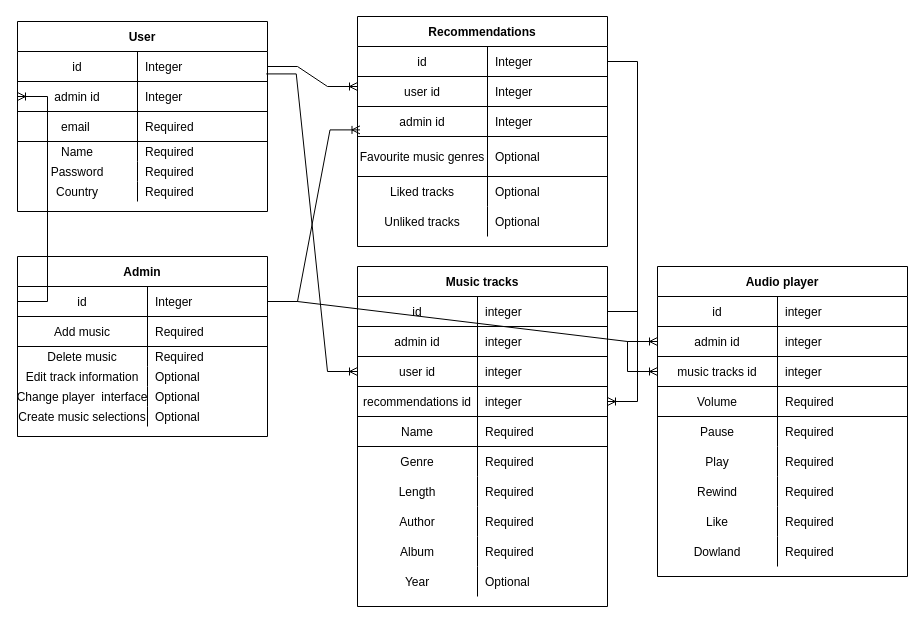
Before: CP-2/Диаграмма без названия.drawio in Kameleva/mysite, a draw.io diagram. Source tidied: cells renumbered, new cells numbered last; positions are measured from the earlier drawing's top-left corner, leaving out a move shared by most shapes. Both pictures are drawn from the tidied source at 100%, with x=0, y=0 at pixel (-275, -24).
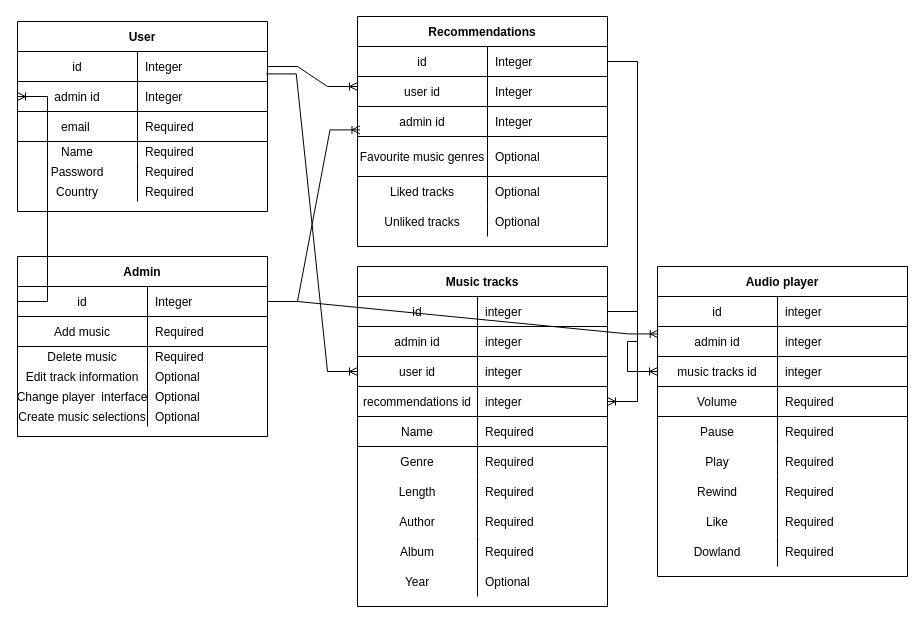
The same page after the edit.

The change refers to these unchanged cells:
```xml
<mxCell id="75" style="shape=partialRectangle;fillColor=none;points=[[0,0.5],[1,0.5]];portConstraint=eastwest;top=0;left=0;right=0;bottom=1;" parent="71" vertex="1">
  <mxGeometry y="60" width="250" height="30" as="geometry" />
</mxCell>
<mxCell id="100" style="shape=partialRectangle;fillColor=none;points=[[0,0.5],[1,0.5]];portConstraint=eastwest;top=0;left=0;right=0;bottom=1;" parent="99" vertex="1">
  <mxGeometry y="30" width="250" height="30" as="geometry" />
</mxCell>
```

The edit, as a diff of the source:
```diff
@@
-    <mxCell id="122" style="edgeStyle=entityRelationEdgeStyle;fontSize=12;html=1;endArrow=ERoneToMany;rounded=0;exitX=1;exitY=0.5;exitDx=0;exitDy=0;" parent="1" edge="1" source="100" target="75">
+    <mxCell id="122" style="edgeStyle=entityRelationEdgeStyle;fontSize=12;html=1;endArrow=ERoneToMany;rounded=0;exitX=1;exitY=0.5;exitDx=0;exitDy=0;entryX=0.003;entryY=0.247;entryDx=0;entryDy=0;entryPerimeter=0;" parent="1" edge="1" source="100" target="75">
       <mxGeometry relative="1" as="geometry" />
     </mxCell>
```
